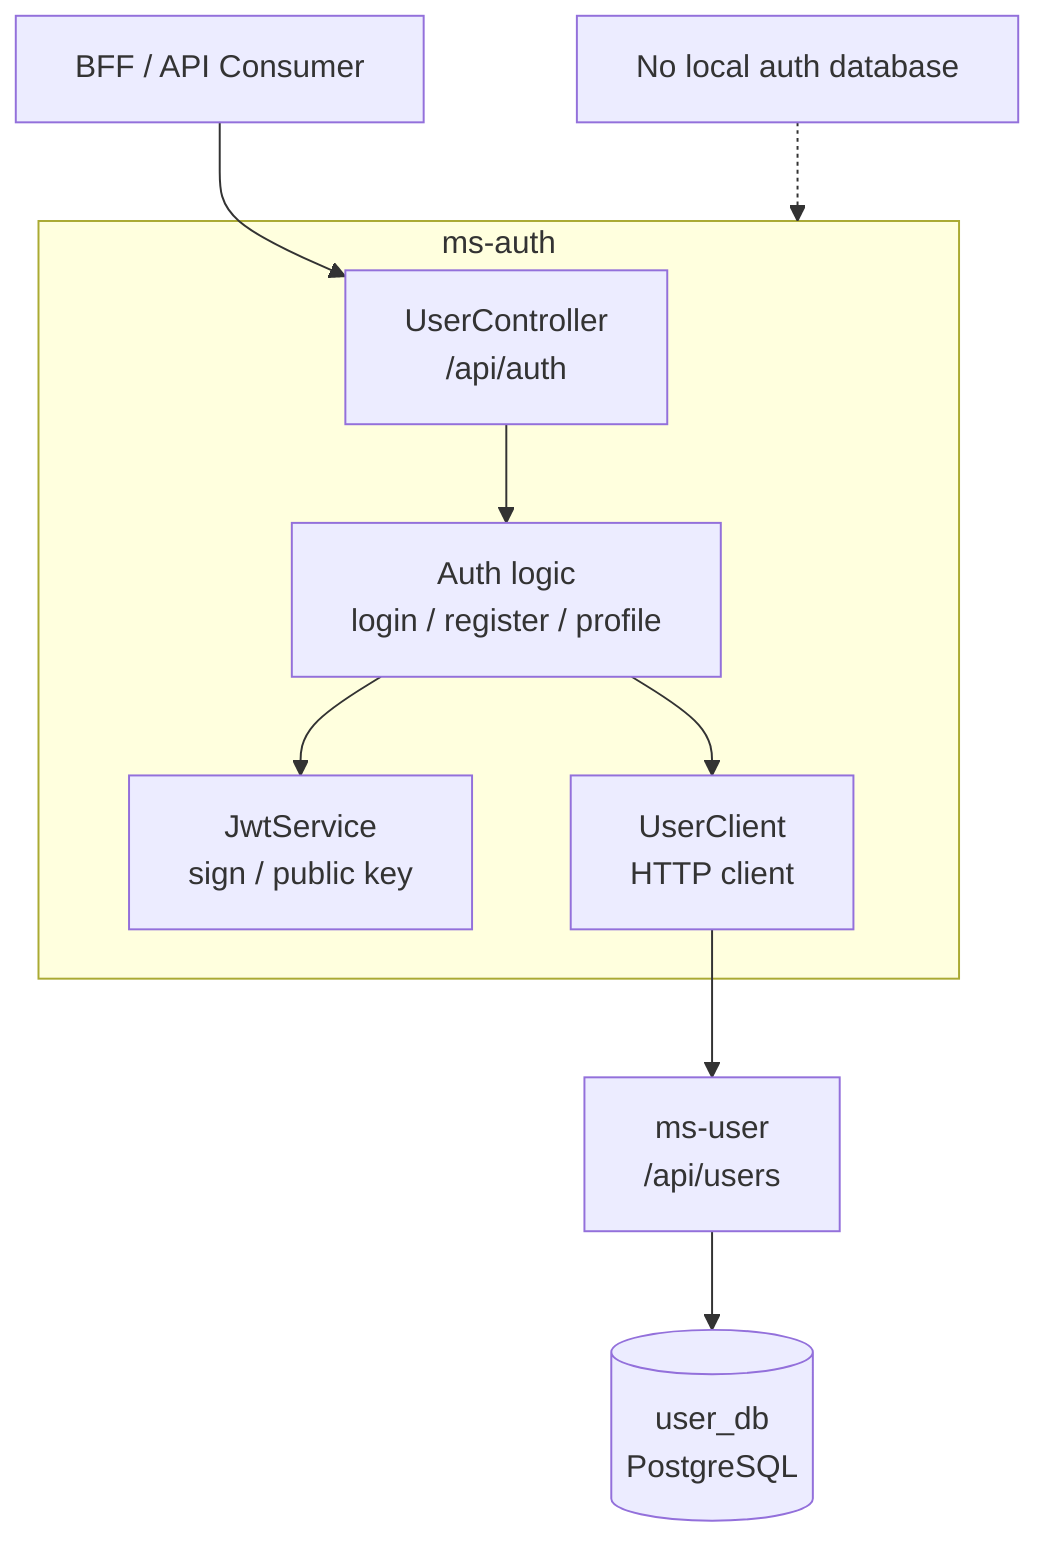
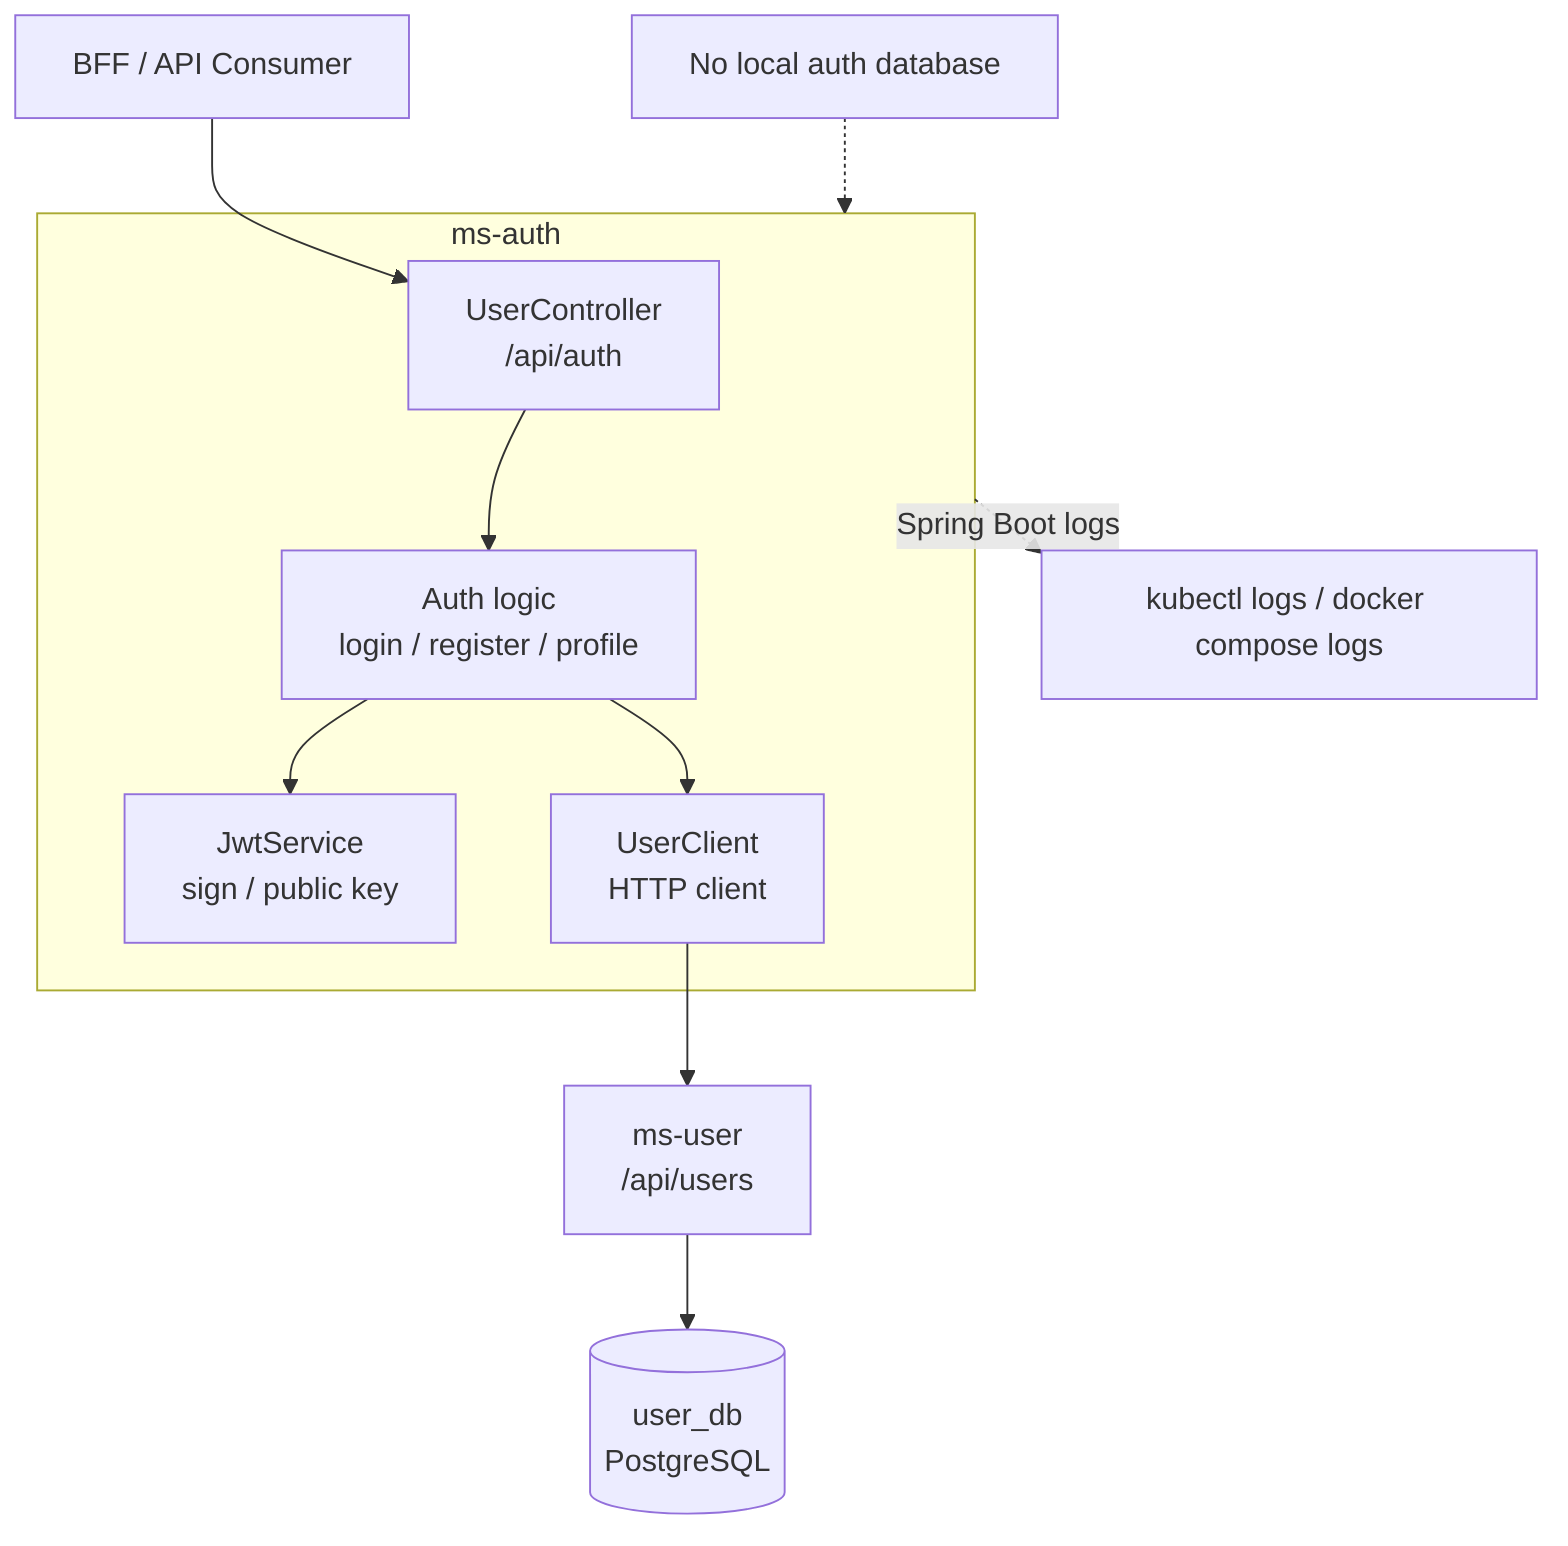
flowchart TB
  Client["BFF / API Consumer"] --> Controller["UserController\n/api/auth"]

  subgraph AuthService["ms-auth"]
    Controller --> AuthLogic["Auth logic\nlogin / register / profile"]
    AuthLogic --> JwtService["JwtService\nsign / public key"]
    AuthLogic --> UserClient["UserClient\nHTTP client"]
  end

  UserClient --> UserApi["ms-user\n/api/users"]
  UserApi --> UserDb[("user_db\nPostgreSQL")]

  NoDb["No local auth database"] -.-> AuthService
+   AuthService -.->|"Spring Boot logs"| Logs["kubectl logs / docker compose logs"]
